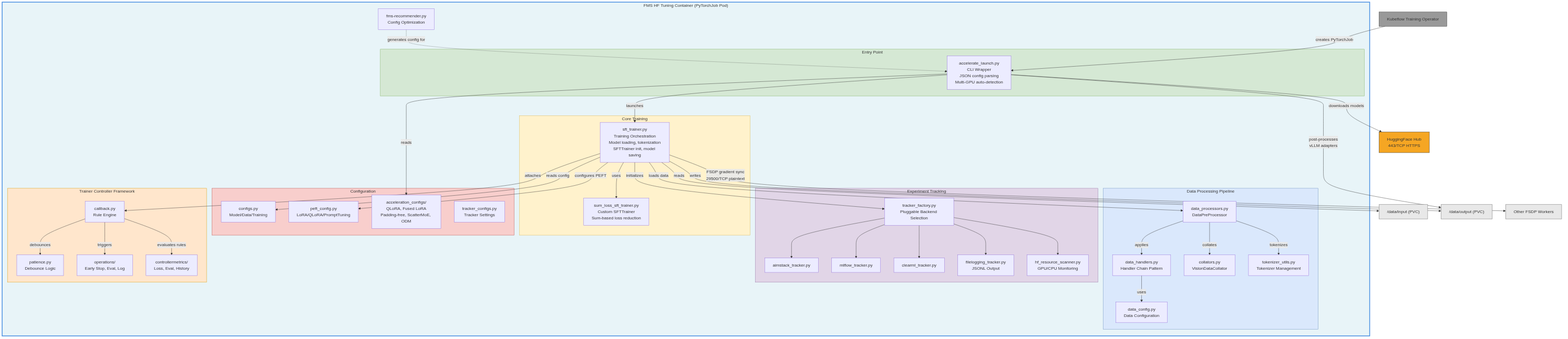
rhuss/architecture-context keeps this Mermaid diagram as architecture/rhoai.next/diagrams/fms-hf-tuning-component.png. Above is the earlier version. Its source is kept beside it as architecture/rhoai.next/diagrams/fms-hf-tuning-component.mmd.
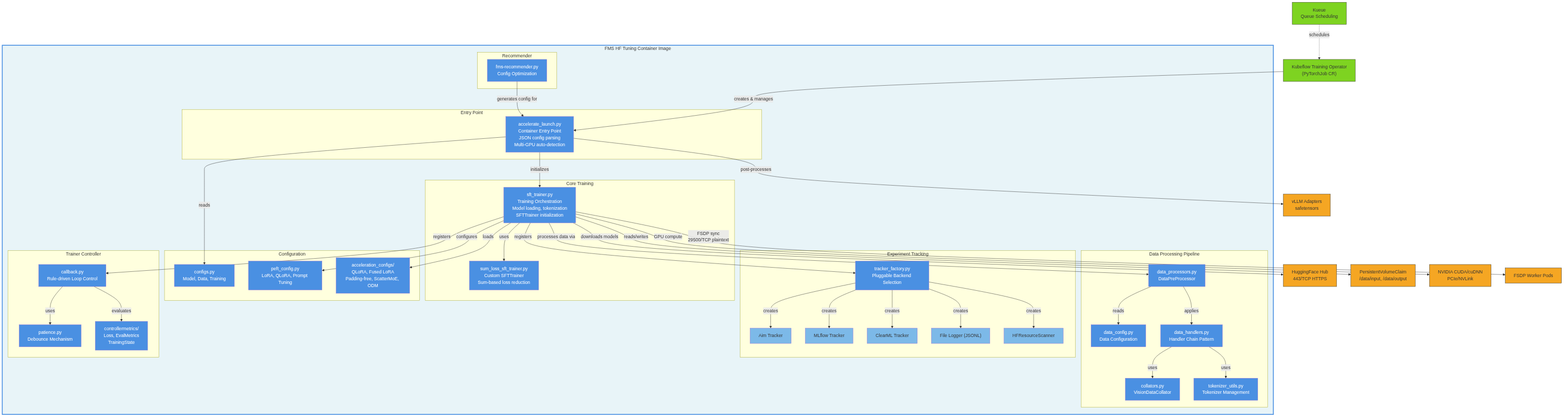
After the change.

The edit, as a diff of the source:
```diff
@@ -1,13 +1,13 @@
 graph TB
-    subgraph FMS["FMS HF Tuning Container (PyTorchJob Pod)"]
+    subgraph FMSHFTuning["FMS HF Tuning Container Image"]
         direction TB
 
         subgraph EntryPoint["Entry Point"]
-            AccLaunch["accelerate_launch.py<br/>CLI Wrapper<br/>JSON config parsing<br/>Multi-GPU auto-detection"]
+            AccLaunch["accelerate_launch.py<br/>Container Entry Point<br/>JSON config parsing<br/>Multi-GPU auto-detection"]
         end
 
         subgraph Core["Core Training"]
-            SFTTrainer["sft_trainer.py<br/>Training Orchestration<br/>Model loading, tokenization<br/>SFTTrainer init, model saving"]
+            SFTTrainer["sft_trainer.py<br/>Training Orchestration<br/>Model loading, tokenization<br/>SFTTrainer initialization"]
             SumLoss["sum_loss_sft_trainer.py<br/>Custom SFTTrainer<br/>Sum-based loss reduction"]
         end
 
@@ -20,69 +20,89 @@
         end
 
         subgraph Config["Configuration"]
-            Configs["configs.py<br/>Model/Data/Training"]
-            PEFTConfig["peft_config.py<br/>LoRA/QLoRA/PromptTuning"]
+            Configs["configs.py<br/>Model, Data, Training"]
+            PeftConfig["peft_config.py<br/>LoRA, QLoRA, Prompt Tuning"]
             AccelConfig["acceleration_configs/<br/>QLoRA, Fused LoRA<br/>Padding-free, ScatterMoE, ODM"]
-            TrackerConfig["tracker_configs.py<br/>Tracker Settings"]
         end
 
         subgraph Trackers["Experiment Tracking"]
             TrackerFactory["tracker_factory.py<br/>Pluggable Backend Selection"]
-            AimTracker["aimstack_tracker.py"]
-            MLflowTracker["mlflow_tracker.py"]
-            ClearMLTracker["clearml_tracker.py"]
-            FileLogger["filelogging_tracker.py<br/>JSONL Output"]
-            HFScanner["hf_resource_scanner.py<br/>GPU/CPU Monitoring"]
+            AimTracker["Aim Tracker"]
+            MLflowTracker["MLflow Tracker"]
+            ClearMLTracker["ClearML Tracker"]
+            FileTracker["File Logger (JSONL)"]
+            HFScanner["HFResourceScanner"]
         end
 
-        subgraph TrainerCtrl["Trainer Controller Framework"]
-            CtrlCallback["callback.py<br/>Rule Engine"]
-            CtrlPatience["patience.py<br/>Debounce Logic"]
-            CtrlOps["operations/<br/>Early Stop, Eval, Log"]
-            CtrlMetrics["controllermetrics/<br/>Loss, Eval, History"]
+        subgraph TrainerCtrl["Trainer Controller"]
+            Controller["callback.py<br/>Rule-driven Loop Control"]
+            Patience["patience.py<br/>Debounce Mechanism"]
+            Metrics["controllermetrics/<br/>Loss, EvalMetrics<br/>TrainingState"]
         end
 
-        Recommender["fms-recommender.py<br/>Config Optimization"]
+        subgraph Recommender["Recommender"]
+            FMSRecommender["fms-recommender.py<br/>Config Optimization"]
+        end
     end
 
-    AccLaunch -->|"launches"| SFTTrainer
+    AccLaunch -->|"initializes"| SFTTrainer
+    AccLaunch -->|"reads"| Configs
     SFTTrainer -->|"uses"| SumLoss
-    SFTTrainer -->|"reads config"| Configs
-    SFTTrainer -->|"loads data"| DataProcessors
+    SFTTrainer -->|"processes data via"| DataProcessors
     DataProcessors -->|"applies"| DataHandlers
-    DataHandlers -->|"uses"| DataConfig
-    DataProcessors -->|"tokenizes"| TokenizerUtils
-    DataProcessors -->|"collates"| Collators
-    SFTTrainer -->|"configures PEFT"| PEFTConfig
-    SFTTrainer -->|"initializes"| TrackerFactory
-    TrackerFactory --> AimTracker
-    TrackerFactory --> MLflowTracker
-    TrackerFactory --> ClearMLTracker
-    TrackerFactory --> FileLogger
-    TrackerFactory --> HFScanner
-    SFTTrainer -->|"attaches"| CtrlCallback
-    CtrlCallback -->|"evaluates rules"| CtrlMetrics
-    CtrlCallback -->|"debounces"| CtrlPatience
-    CtrlCallback -->|"triggers"| CtrlOps
-    AccLaunch -->|"reads"| AccelConfig
-    Recommender -.->|"generates config for"| AccLaunch
+    DataProcessors -->|"reads"| DataConfig
+    DataHandlers -->|"uses"| TokenizerUtils
+    DataHandlers -->|"uses"| Collators
+    SFTTrainer -->|"configures"| PeftConfig
+    SFTTrainer -->|"loads"| AccelConfig
+    SFTTrainer -->|"registers"| TrackerFactory
+    TrackerFactory -->|"creates"| AimTracker
+    TrackerFactory -->|"creates"| MLflowTracker
+    TrackerFactory -->|"creates"| ClearMLTracker
+    TrackerFactory -->|"creates"| FileTracker
+    TrackerFactory -->|"creates"| HFScanner
+    SFTTrainer -->|"registers"| Controller
+    Controller -->|"uses"| Patience
+    Controller -->|"evaluates"| Metrics
+    FMSRecommender -->|"generates config for"| AccLaunch
 
-    KFTO["Kubeflow Training Operator"] -->|"creates PyTorchJob"| AccLaunch
-    AccLaunch -->|"downloads models"| HFHub["HuggingFace Hub<br/>443/TCP HTTPS"]
-    SFTTrainer -->|"reads"| PVCIn["/data/input (PVC)"]
-    SFTTrainer -->|"writes"| PVCOut["/data/output (PVC)"]
-    SFTTrainer -->|"FSDP gradient sync<br/>29500/TCP plaintext"| Workers["Other FSDP Workers"]
-    AccLaunch -->|"post-processes<br/>vLLM adapters"| PVCOut
+    KFTO["Kubeflow Training Operator<br/>(PyTorchJob CR)"] -->|"creates & manages"| AccLaunch
+    Kueue["Kueue<br/>Queue Scheduling"] -.->|"schedules"| KFTO
 
-    style FMS fill:#e8f4f8,stroke:#4a90e2,stroke-width:3px
-    style EntryPoint fill:#d5e8d4,stroke:#82b366
-    style Core fill:#fff2cc,stroke:#d6b656
-    style DataPipeline fill:#dae8fc,stroke:#6c8ebf
-    style Config fill:#f8cecc,stroke:#b85450
-    style Trackers fill:#e1d5e7,stroke:#9673a6
-    style TrainerCtrl fill:#ffe6cc,stroke:#d79b00
-    style KFTO fill:#999,stroke:#333
+    SFTTrainer -->|"downloads models"| HFHub["HuggingFace Hub<br/>443/TCP HTTPS"]
+    SFTTrainer -->|"reads/writes"| PVC["PersistentVolumeClaim<br/>/data/input, /data/output"]
+    SFTTrainer -->|"GPU compute"| CUDA["NVIDIA CUDA/cuDNN<br/>PCIe/NVLink"]
+    SFTTrainer -->|"FSDP sync<br/>29500/TCP plaintext"| FSDPWorkers["FSDP Worker Pods"]
+
+    AccLaunch -->|"post-processes"| vLLM["vLLM Adapters<br/>safetensors"]
+
+    style FMSHFTuning fill:#e8f4f8,stroke:#4a90e2,stroke-width:3px
+    style AccLaunch fill:#4a90e2,color:#fff
+    style SFTTrainer fill:#4a90e2,color:#fff
+    style SumLoss fill:#4a90e2,color:#fff
+    style DataProcessors fill:#4a90e2,color:#fff
+    style DataHandlers fill:#4a90e2,color:#fff
+    style DataConfig fill:#4a90e2,color:#fff
+    style Collators fill:#4a90e2,color:#fff
+    style TokenizerUtils fill:#4a90e2,color:#fff
+    style Configs fill:#4a90e2,color:#fff
+    style PeftConfig fill:#4a90e2,color:#fff
+    style AccelConfig fill:#4a90e2,color:#fff
+    style TrackerFactory fill:#4a90e2,color:#fff
+    style AimTracker fill:#7cb9e8
+    style MLflowTracker fill:#7cb9e8
+    style ClearMLTracker fill:#7cb9e8
+    style FileTracker fill:#7cb9e8
+    style HFScanner fill:#7cb9e8
+    style Controller fill:#4a90e2,color:#fff
+    style Patience fill:#4a90e2,color:#fff
+    style Metrics fill:#4a90e2,color:#fff
+    style FMSRecommender fill:#4a90e2,color:#fff
+
+    style KFTO fill:#7ed321,stroke:#333
+    style Kueue fill:#7ed321,stroke:#333
     style HFHub fill:#f5a623,stroke:#333
-    style PVCIn fill:#e8e8e8,stroke:#666
-    style PVCOut fill:#e8e8e8,stroke:#666
-    style Workers fill:#e8e8e8,stroke:#666
+    style PVC fill:#f5a623,stroke:#333
+    style CUDA fill:#f5a623,stroke:#333
+    style FSDPWorkers fill:#f5a623,stroke:#333
+    style vLLM fill:#f5a623,stroke:#333
```
